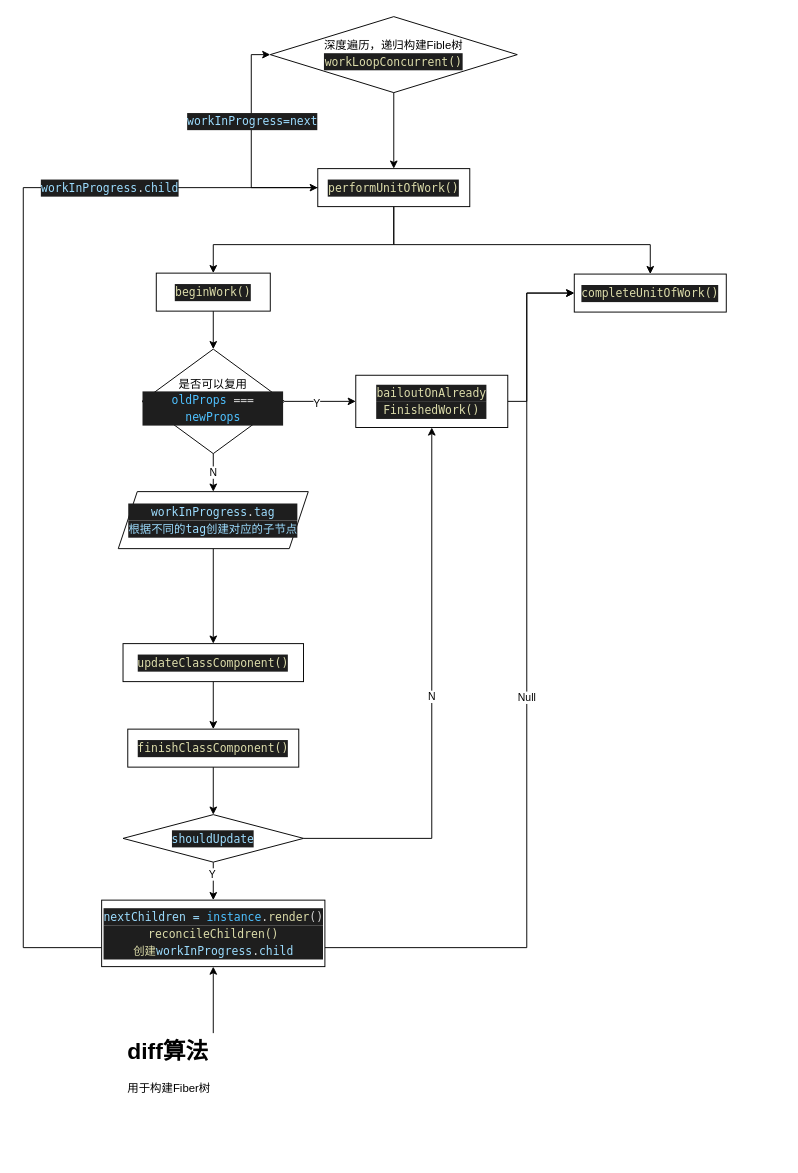
Before: page "渲染流程" (2 of 2) of Untitled Diagram.drawio in damoOnly/school, a draw.io diagram. Source tidied: cells renumbered, new cells numbered last; positions are measured from the earlier drawing's top-left corner, leaving out a move shared by most shapes. Both pictures are drawn from the tidied source at 95%, with x=0, y=0 at pixel (23, 16).
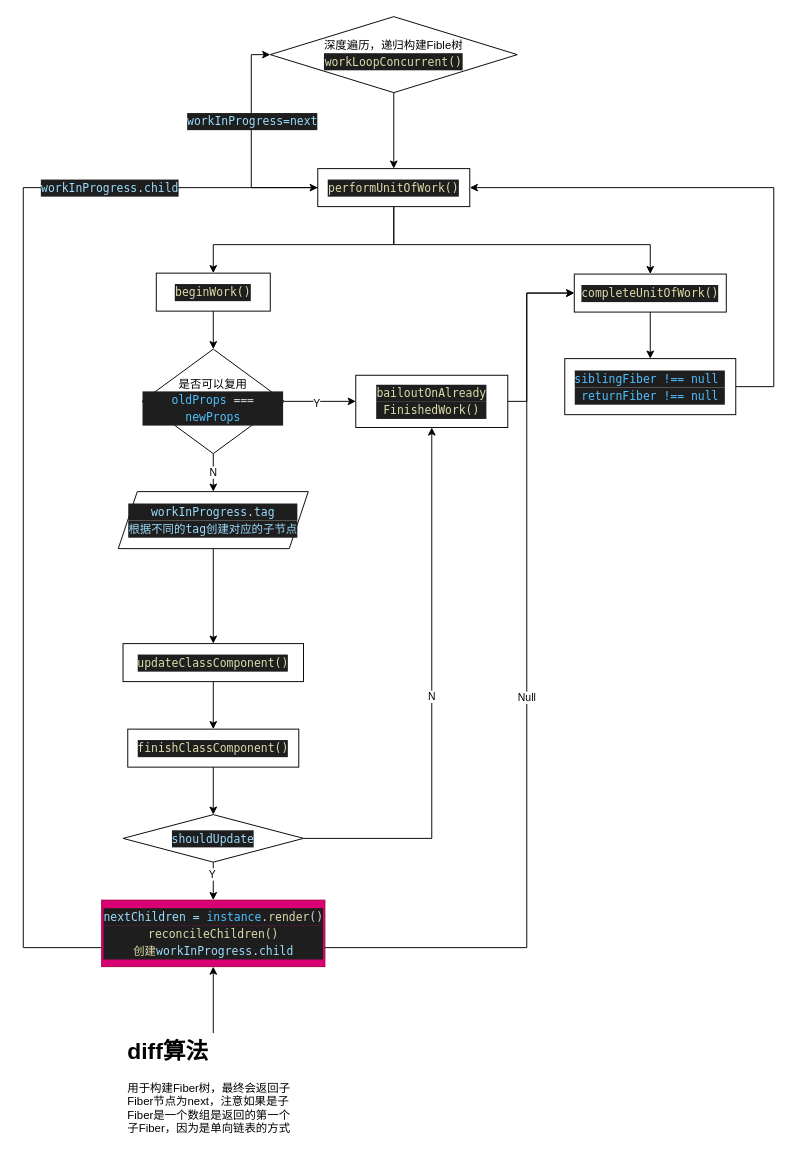
The same page after the edit.

Unchanged cells that the change refers to:
```xml
<mxCell id="8" value="&lt;div style=&quot;color: rgb(212 , 212 , 212) ; background-color: rgb(30 , 30 , 30) ; font-family: &amp;#34;menlo&amp;#34; , &amp;#34;monaco&amp;#34; , &amp;#34;courier new&amp;#34; , monospace ; line-height: 18px&quot;&gt;&lt;span style=&quot;color: #dcdcaa&quot;&gt;performUnitOfWork()&lt;/span&gt;&lt;/div&gt;" style="whiteSpace=wrap;html=1;" parent="1" vertex="1">
  <mxGeometry x="310" y="160" width="160" height="40" as="geometry" />
</mxCell>
<mxCell id="11" value="&lt;div style=&quot;color: rgb(212 , 212 , 212) ; background-color: rgb(30 , 30 , 30) ; font-family: &amp;#34;menlo&amp;#34; , &amp;#34;monaco&amp;#34; , &amp;#34;courier new&amp;#34; , monospace ; line-height: 18px&quot;&gt;&lt;span style=&quot;color: #dcdcaa&quot;&gt;completeUnitOfWork()&lt;/span&gt;&lt;/div&gt;" style="rounded=0;whiteSpace=wrap;html=1;" parent="1" vertex="1">
  <mxGeometry x="580" y="271" width="160" height="40" as="geometry" />
</mxCell>
```

Change to the diagram source:
```diff
@@
+    <mxCell id="34" style="edgeStyle=orthogonalEdgeStyle;rounded=0;jettySize=auto;html=1;" parent="1" edge="1" source="11" target="36">
+      <mxGeometry relative="1" as="geometry" />
+    </mxCell>
@@
-    <mxCell id="31" value="&lt;div style=&quot;color: rgb(212 , 212 , 212) ; background-color: rgb(30 , 30 , 30) ; font-family: &amp;#34;menlo&amp;#34; , &amp;#34;monaco&amp;#34; , &amp;#34;courier new&amp;#34; , monospace ; line-height: 18px&quot;&gt;&lt;span style=&quot;color: #9cdcfe&quot;&gt;nextChildren =&amp;nbsp;&lt;/span&gt;&lt;span style=&quot;color: rgb(79 , 193 , 255)&quot;&gt;instance&lt;/span&gt;&lt;span&gt;.&lt;/span&gt;&lt;span style=&quot;color: rgb(220 , 220 , 170)&quot;&gt;render&lt;/span&gt;&lt;span&gt;()&lt;/span&gt;&lt;/div&gt;&lt;div style=&quot;background-color: rgb(30 , 30 , 30) ; font-family: &amp;#34;menlo&amp;#34; , &amp;#34;monaco&amp;#34; , &amp;#34;courier new&amp;#34; , monospace ; line-height: 18px&quot;&gt;&lt;div style=&quot;color: rgb(212 , 212 , 212) ; font-family: &amp;#34;menlo&amp;#34; , &amp;#34;monaco&amp;#34; , &amp;#34;courier new&amp;#34; , monospace ; line-height: 18px&quot;&gt;&lt;span style=&quot;color: #dcdcaa&quot;&gt;reconcileChildren()&lt;/span&gt;&lt;/div&gt;&lt;div style=&quot;font-family: &amp;#34;menlo&amp;#34; , &amp;#34;monaco&amp;#34; , &amp;#34;courier new&amp;#34; , monospace ; line-height: 18px&quot;&gt;&lt;font color=&quot;#dcdcaa&quot;&gt;创建&lt;/font&gt;&lt;span style=&quot;color: rgb(156 , 220 , 254)&quot;&gt;workInProgress&lt;/span&gt;&lt;span style=&quot;color: rgb(212 , 212 , 212)&quot;&gt;.&lt;/span&gt;&lt;span style=&quot;color: rgb(156 , 220 , 254)&quot;&gt;child&lt;/span&gt;&lt;/div&gt;&lt;/div&gt;" style="whiteSpace=wrap;html=1;" parent="1" vertex="1">
+    <mxCell id="31" value="&lt;div style=&quot;color: rgb(212 , 212 , 212) ; background-color: rgb(30 , 30 , 30) ; font-family: &amp;#34;menlo&amp;#34; , &amp;#34;monaco&amp;#34; , &amp;#34;courier new&amp;#34; , monospace ; line-height: 18px&quot;&gt;&lt;span style=&quot;color: #9cdcfe&quot;&gt;nextChildren =&amp;nbsp;&lt;/span&gt;&lt;span style=&quot;color: rgb(79 , 193 , 255)&quot;&gt;instance&lt;/span&gt;&lt;span&gt;.&lt;/span&gt;&lt;span style=&quot;color: rgb(220 , 220 , 170)&quot;&gt;render&lt;/span&gt;&lt;span&gt;()&lt;/span&gt;&lt;/div&gt;&lt;div style=&quot;background-color: rgb(30 , 30 , 30) ; font-family: &amp;#34;menlo&amp;#34; , &amp;#34;monaco&amp;#34; , &amp;#34;courier new&amp;#34; , monospace ; line-height: 18px&quot;&gt;&lt;div style=&quot;color: rgb(212 , 212 , 212) ; font-family: &amp;#34;menlo&amp;#34; , &amp;#34;monaco&amp;#34; , &amp;#34;courier new&amp;#34; , monospace ; line-height: 18px&quot;&gt;&lt;span style=&quot;color: #dcdcaa&quot;&gt;reconcileChildren()&lt;/span&gt;&lt;/div&gt;&lt;div style=&quot;font-family: &amp;#34;menlo&amp;#34; , &amp;#34;monaco&amp;#34; , &amp;#34;courier new&amp;#34; , monospace ; line-height: 18px&quot;&gt;&lt;font color=&quot;#dcdcaa&quot;&gt;创建&lt;/font&gt;&lt;span style=&quot;color: rgb(156 , 220 , 254)&quot;&gt;workInProgress&lt;/span&gt;&lt;span style=&quot;color: rgb(212 , 212 , 212)&quot;&gt;.&lt;/span&gt;&lt;span style=&quot;color: rgb(156 , 220 , 254)&quot;&gt;child&lt;/span&gt;&lt;/div&gt;&lt;/div&gt;" style="whiteSpace=wrap;html=1;fillColor=#d80073;strokeColor=#A50040;fontColor=#ffffff;" parent="1" vertex="1">
       <mxGeometry x="82.5" y="930" width="235" height="70" as="geometry" />
     </mxCell>
@@
-    <mxCell id="33" value="&lt;h1&gt;diff算法&lt;/h1&gt;&lt;div&gt;用于构建Fiber树&lt;/div&gt;" style="text;html=1;strokeColor=none;fillColor=none;spacing=5;spacingTop=-20;whiteSpace=wrap;overflow=hidden;rounded=0;" parent="1" vertex="1">
-      <mxGeometry x="105" y="1070" width="190" height="80" as="geometry" />
+    <mxCell id="33" value="&lt;h1&gt;diff算法&lt;/h1&gt;&lt;div&gt;用于构建Fiber树，最终会返回子Fiber节点为next，注意如果是子Fiber是一个数组是返回的第一个子Fiber，因为是单向链表的方式&lt;/div&gt;" style="text;html=1;strokeColor=none;fillColor=none;spacing=5;spacingTop=-20;whiteSpace=wrap;overflow=hidden;rounded=0;" parent="1" vertex="1">
+      <mxGeometry x="105" y="1070" width="190" height="130" as="geometry" />
     </mxCell>
+    <mxCell id="35" style="edgeStyle=orthogonalEdgeStyle;rounded=0;jettySize=auto;html=1;entryX=1;entryY=0.5;entryDx=0;entryDy=0;" parent="1" edge="1" source="36" target="8">
+      <mxGeometry relative="1" as="geometry">
+        <Array as="points">
+          <mxPoint x="790" y="390" />
+          <mxPoint x="790" y="180" />
+        </Array>
+      </mxGeometry>
+    </mxCell>
+    <mxCell id="36" value="&lt;div style=&quot;color: rgb(212 , 212 , 212) ; background-color: rgb(30 , 30 , 30) ; font-family: &amp;#34;menlo&amp;#34; , &amp;#34;monaco&amp;#34; , &amp;#34;courier new&amp;#34; , monospace ; line-height: 18px&quot;&gt;&lt;span style=&quot;color: #4fc1ff&quot;&gt;siblingFiber !== null&amp;nbsp;&lt;/span&gt;&lt;/div&gt;&lt;div style=&quot;color: rgb(212 , 212 , 212) ; background-color: rgb(30 , 30 , 30) ; font-family: &amp;#34;menlo&amp;#34; , &amp;#34;monaco&amp;#34; , &amp;#34;courier new&amp;#34; , monospace ; line-height: 18px&quot;&gt;&lt;div style=&quot;line-height: 18px&quot;&gt;&lt;span style=&quot;color: #4fc1ff&quot;&gt;returnFiber !== null&lt;/span&gt;&lt;/div&gt;&lt;/div&gt;" style="whiteSpace=wrap;html=1;rounded=0;" parent="1" vertex="1">
+      <mxGeometry x="570" y="360" width="180" height="59" as="geometry" />
+    </mxCell>
```
